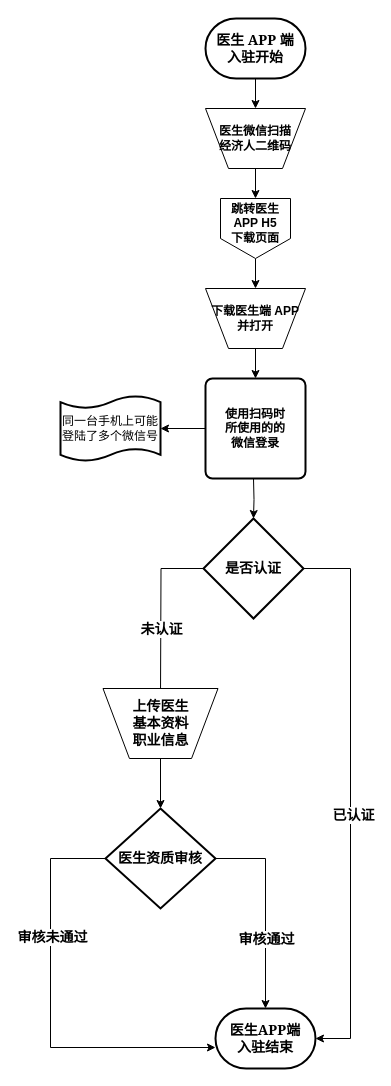
Before: jbh/医生APP端微信扫码入驻.drawio in GitHeP/diagrams, a draw.io diagram. Source tidied: cells renumbered, new cells numbered last; positions are measured from the earlier drawing's top-left corner, leaving out a move shared by most shapes. Both pictures are drawn from the tidied source at 100%, with x=0, y=0 at pixel (50, 18).
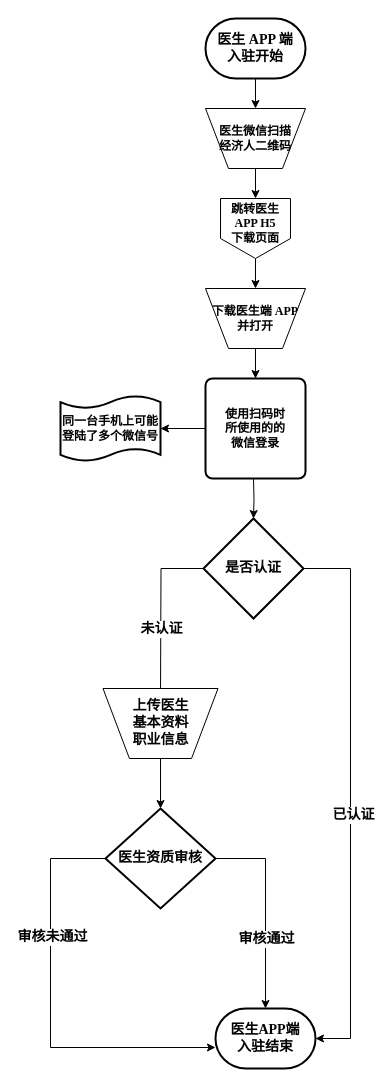
Above is the later version.

Commit message (it also covers changes not shown here):
更新医生APP端微信扫码入驻.drawio

The edit, as a diff of the source:
```diff
@@
-    <mxCell id="2" style="edgeStyle=orthogonalEdgeStyle;rounded=0;jettySize=auto;html=1;exitX=0.5;exitY=1;exitDx=0;exitDy=0;exitPerimeter=0;fontStyle=1;" parent="1" edge="1" source="3" target="5">
+    <mxCell id="2" style="edgeStyle=orthogonalEdgeStyle;rounded=0;jettySize=auto;html=1;exitX=0.5;exitY=1;exitDx=0;exitDy=0;exitPerimeter=0;fontStyle=1;fontFamily=Garamond;" parent="1" edge="1" source="3" target="5">
       <mxGeometry relative="1" as="geometry" />
     </mxCell>
-    <mxCell id="3" value="&lt;span style=&quot;font-family: Georgia; font-size: 14px;&quot;&gt;医生 APP 端&lt;/span&gt;&lt;br style=&quot;font-family: Georgia; font-size: 14px;&quot;&gt;&lt;span style=&quot;font-family: Georgia; font-size: 14px;&quot;&gt;入驻开始&lt;/span&gt;" style="strokeWidth=2;html=1;shape=mxgraph.flowchart.terminator;whiteSpace=wrap;fontStyle=1;" parent="1" vertex="1">
+    <mxCell id="3" value="&lt;span style=&quot;font-size: 14px;&quot;&gt;医生 APP 端&lt;/span&gt;&lt;br style=&quot;font-size: 14px;&quot;&gt;&lt;span style=&quot;font-size: 14px;&quot;&gt;入驻开始&lt;/span&gt;" style="strokeWidth=2;html=1;shape=mxgraph.flowchart.terminator;whiteSpace=wrap;fontStyle=1;fontFamily=Garamond;" parent="1" vertex="1">
       <mxGeometry x="155" width="100" height="60" as="geometry" />
     </mxCell>
-    <mxCell id="4" style="edgeStyle=orthogonalEdgeStyle;rounded=0;jettySize=auto;html=1;exitX=0.5;exitY=1;exitDx=0;exitDy=0;entryX=0.5;entryY=0;entryDx=0;entryDy=0;fontStyle=1;" parent="1" edge="1" source="5" target="7">
+    <mxCell id="4" style="edgeStyle=orthogonalEdgeStyle;rounded=0;jettySize=auto;html=1;exitX=0.5;exitY=1;exitDx=0;exitDy=0;entryX=0.5;entryY=0;entryDx=0;entryDy=0;fontStyle=1;fontFamily=Garamond;" parent="1" edge="1" source="5" target="7">
       <mxGeometry relative="1" as="geometry" />
     </mxCell>
-    <mxCell id="5" value="医生微信扫描&lt;br&gt;经济人二维码" style="verticalLabelPosition=middle;verticalAlign=middle;html=1;shape=trapezoid;perimeter=trapezoidPerimeter;whiteSpace=wrap;size=0.23;arcSize=10;flipV=1;labelPosition=center;align=center;fontStyle=1;" parent="1" vertex="1">
+    <mxCell id="5" value="医生微信扫描&lt;br&gt;经济人二维码" style="verticalLabelPosition=middle;verticalAlign=middle;html=1;shape=trapezoid;perimeter=trapezoidPerimeter;whiteSpace=wrap;size=0.23;arcSize=10;flipV=1;labelPosition=center;align=center;fontStyle=1;fontFamily=Garamond;" parent="1" vertex="1">
       <mxGeometry x="155" y="90" width="100" height="60" as="geometry" />
     </mxCell>
-    <mxCell id="6" style="edgeStyle=orthogonalEdgeStyle;rounded=0;jettySize=auto;html=1;entryX=0.5;entryY=0;entryDx=0;entryDy=0;fontStyle=1;" parent="1" edge="1" source="7" target="10">
+    <mxCell id="6" style="edgeStyle=orthogonalEdgeStyle;rounded=0;jettySize=auto;html=1;entryX=0.5;entryY=0;entryDx=0;entryDy=0;fontStyle=1;fontFamily=Garamond;" parent="1" edge="1" source="7" target="10">
       <mxGeometry relative="1" as="geometry" />
     </mxCell>
-    <mxCell id="7" style="verticalLabelPosition=bottom;verticalAlign=top;html=1;shape=offPageConnector;rounded=0;size=0.3333333333333333;fontStyle=1;" parent="1" vertex="1">
+    <mxCell id="7" style="verticalLabelPosition=bottom;verticalAlign=top;html=1;shape=offPageConnector;rounded=0;size=0.3333333333333333;fontStyle=1;fontFamily=Garamond;" parent="1" vertex="1">
       <mxGeometry x="170" y="180" width="70" height="60" as="geometry" />
     </mxCell>
-    <mxCell id="8" value="&lt;span style=&quot;&quot;&gt;跳转医生APP H5&lt;/span&gt;&lt;br style=&quot;&quot;&gt;&lt;span style=&quot;&quot;&gt;下载页面&lt;/span&gt;" style="text;html=1;strokeColor=none;fillColor=none;align=center;verticalAlign=middle;whiteSpace=wrap;rounded=0;fontStyle=1;" parent="1" vertex="1">
+    <mxCell id="8" value="&lt;span style=&quot;&quot;&gt;跳转医生APP H5&lt;/span&gt;&lt;br style=&quot;&quot;&gt;&lt;span style=&quot;&quot;&gt;下载页面&lt;/span&gt;" style="text;html=1;strokeColor=none;fillColor=none;align=center;verticalAlign=middle;whiteSpace=wrap;rounded=0;fontStyle=1;fontFamily=Garamond;" parent="1" vertex="1">
       <mxGeometry x="175" y="190" width="60" height="30" as="geometry" />
     </mxCell>
-    <mxCell id="9" style="edgeStyle=orthogonalEdgeStyle;rounded=0;jettySize=auto;html=1;exitX=0.5;exitY=1;exitDx=0;exitDy=0;entryX=0.5;entryY=0;entryDx=0;entryDy=0;fontStyle=1;" parent="1" edge="1" source="10" target="12">
+    <mxCell id="9" style="edgeStyle=orthogonalEdgeStyle;rounded=0;jettySize=auto;html=1;exitX=0.5;exitY=1;exitDx=0;exitDy=0;entryX=0.5;entryY=0;entryDx=0;entryDy=0;fontStyle=1;fontFamily=Garamond;" parent="1" edge="1" source="10" target="12">
       <mxGeometry relative="1" as="geometry" />
     </mxCell>
-    <mxCell id="10" value="下载医生端 APP&lt;br&gt;并打开" style="verticalLabelPosition=middle;verticalAlign=middle;html=1;shape=trapezoid;perimeter=trapezoidPerimeter;whiteSpace=wrap;size=0.23;arcSize=10;flipV=1;labelPosition=center;align=center;fontStyle=1;" parent="1" vertex="1">
+    <mxCell id="10" value="下载医生端 APP&lt;br&gt;并打开" style="verticalLabelPosition=middle;verticalAlign=middle;html=1;shape=trapezoid;perimeter=trapezoidPerimeter;whiteSpace=wrap;size=0.23;arcSize=10;flipV=1;labelPosition=center;align=center;fontStyle=1;fontFamily=Garamond;" parent="1" vertex="1">
       <mxGeometry x="155" y="270" width="100" height="60" as="geometry" />
     </mxCell>
-    <mxCell id="11" style="edgeStyle=orthogonalEdgeStyle;rounded=0;jettySize=auto;html=1;entryX=1;entryY=0.5;entryDx=0;entryDy=0;entryPerimeter=0;" parent="1" edge="1" source="12" target="27">
+    <mxCell id="11" style="edgeStyle=orthogonalEdgeStyle;rounded=0;jettySize=auto;html=1;entryX=1;entryY=0.5;entryDx=0;entryDy=0;entryPerimeter=0;fontStyle=1;fontFamily=Garamond;" parent="1" edge="1" source="12" target="27">
       <mxGeometry relative="1" as="geometry" />
     </mxCell>
-    <mxCell id="12" value="使用扫码时&lt;br&gt;所使用的的&lt;br&gt;微信登录" style="rounded=1;whiteSpace=wrap;html=1;absoluteArcSize=1;arcSize=14;strokeWidth=2;fontStyle=1;" parent="1" vertex="1">
+    <mxCell id="12" value="使用扫码时&lt;br&gt;所使用的的&lt;br&gt;微信登录" style="rounded=1;whiteSpace=wrap;html=1;absoluteArcSize=1;arcSize=14;strokeWidth=2;fontStyle=1;fontFamily=Garamond;" parent="1" vertex="1">
       <mxGeometry x="155" y="360" width="100" height="100" as="geometry" />
     </mxCell>
-    <mxCell id="13" style="edgeStyle=orthogonalEdgeStyle;rounded=0;jettySize=auto;html=1;exitX=0.5;exitY=1;exitDx=0;exitDy=0;fontFamily=Georgia;fontStyle=1;fontSize=14;" parent="1" edge="1" target="18">
+    <mxCell id="13" style="edgeStyle=orthogonalEdgeStyle;rounded=0;jettySize=auto;html=1;exitX=0.5;exitY=1;exitDx=0;exitDy=0;fontFamily=Garamond;fontStyle=1;fontSize=14;" parent="1" edge="1" target="18">
       <mxGeometry relative="1" as="geometry">
         <mxPoint x="203" y="460" as="sourcePoint" />
       </mxGeometry>
     </mxCell>
-    <mxCell id="14" style="edgeStyle=orthogonalEdgeStyle;rounded=0;jettySize=auto;html=1;exitX=1;exitY=0.5;exitDx=0;exitDy=0;exitPerimeter=0;entryX=1;entryY=0.5;entryDx=0;entryDy=0;entryPerimeter=0;fontFamily=Georgia;fontStyle=1;fontSize=14;" parent="1" edge="1" source="18" target="19">
+    <mxCell id="14" style="edgeStyle=orthogonalEdgeStyle;rounded=0;jettySize=auto;html=1;exitX=1;exitY=0.5;exitDx=0;exitDy=0;exitPerimeter=0;entryX=1;entryY=0.5;entryDx=0;entryDy=0;entryPerimeter=0;fontFamily=Garamond;fontStyle=1;fontSize=14;" parent="1" edge="1" source="18" target="19">
       <mxGeometry relative="1" as="geometry">
         <Array as="points">
           <mxPoint x="300" y="550" />
           <mxPoint x="300" y="1020" />
         </Array>
       </mxGeometry>
     </mxCell>
-    <mxCell id="15" value="已认证" style="edgeLabel;html=1;align=center;verticalAlign=middle;fontFamily=Georgia;fontStyle=1;fontSize=14;" parent="14" vertex="1">
+    <mxCell id="15" value="已认证" style="edgeLabel;html=1;align=center;verticalAlign=middle;fontFamily=Garamond;fontStyle=1;fontSize=14;" parent="14" vertex="1">
       <mxGeometry x="-0.01" y="2" relative="1" as="geometry">
         <mxPoint y="20" as="offset" />
       </mxGeometry>
     </mxCell>
-    <mxCell id="16" style="edgeStyle=orthogonalEdgeStyle;rounded=0;jettySize=auto;html=1;fontFamily=Georgia;fontStyle=1;fontSize=14;" parent="1" edge="1" source="18">
+    <mxCell id="16" style="edgeStyle=orthogonalEdgeStyle;rounded=0;jettySize=auto;html=1;fontFamily=Garamond;fontStyle=1;fontSize=14;" parent="1" edge="1" source="18">
       <mxGeometry relative="1" as="geometry">
         <mxPoint x="110" y="680" as="targetPoint" />
       </mxGeometry>
     </mxCell>
-    <mxCell id="17" value="未认证" style="edgeLabel;html=1;align=center;verticalAlign=middle;fontFamily=Georgia;fontStyle=1;fontSize=14;" parent="16" vertex="1">
+    <mxCell id="17" value="未认证" style="edgeLabel;html=1;align=center;verticalAlign=middle;fontFamily=Garamond;fontStyle=1;fontSize=14;" parent="16" vertex="1">
       <mxGeometry x="0.09" relative="1" as="geometry">
         <mxPoint y="9" as="offset" />
       </mxGeometry>
     </mxCell>
-    <mxCell id="18" value="是否认证" style="strokeWidth=2;html=1;shape=mxgraph.flowchart.decision;whiteSpace=wrap;fontFamily=Georgia;fontStyle=1;fontSize=14;" parent="1" vertex="1">
+    <mxCell id="18" value="是否认证" style="strokeWidth=2;html=1;shape=mxgraph.flowchart.decision;whiteSpace=wrap;fontFamily=Garamond;fontStyle=1;fontSize=14;" parent="1" vertex="1">
       <mxGeometry x="153" y="500" width="100" height="100" as="geometry" />
     </mxCell>
-    <mxCell id="19" value="医生APP端&lt;br style=&quot;font-size: 14px;&quot;&gt;入驻结束" style="strokeWidth=2;html=1;shape=mxgraph.flowchart.terminator;whiteSpace=wrap;fontFamily=Georgia;fontStyle=1;fontSize=14;" parent="1" vertex="1">
+    <mxCell id="19" value="医生APP端&lt;br style=&quot;font-size: 14px;&quot;&gt;入驻结束" style="strokeWidth=2;html=1;shape=mxgraph.flowchart.terminator;whiteSpace=wrap;fontFamily=Garamond;fontStyle=1;fontSize=14;" parent="1" vertex="1">
       <mxGeometry x="165" y="990" width="100" height="60" as="geometry" />
     </mxCell>
-    <mxCell id="20" style="edgeStyle=orthogonalEdgeStyle;rounded=0;jettySize=auto;html=1;exitX=1;exitY=0.5;exitDx=0;exitDy=0;exitPerimeter=0;fontFamily=Georgia;fontStyle=1;fontSize=14;" parent="1" edge="1" source="24" target="19">
+    <mxCell id="20" style="edgeStyle=orthogonalEdgeStyle;rounded=0;jettySize=auto;html=1;exitX=1;exitY=0.5;exitDx=0;exitDy=0;exitPerimeter=0;fontFamily=Garamond;fontStyle=1;fontSize=14;" parent="1" edge="1" source="24" target="19">
       <mxGeometry relative="1" as="geometry" />
     </mxCell>
-    <mxCell id="21" value="审核通过" style="edgeLabel;html=1;align=center;verticalAlign=middle;fontFamily=Georgia;fontStyle=1;fontSize=14;" parent="20" vertex="1">
+    <mxCell id="21" value="审核通过" style="edgeLabel;html=1;align=center;verticalAlign=middle;fontFamily=Garamond;fontStyle=1;fontSize=14;" parent="20" vertex="1">
       <mxGeometry x="0.01" y="1" relative="1" as="geometry">
         <mxPoint x="-1" y="29" as="offset" />
       </mxGeometry>
     </mxCell>
-    <mxCell id="22" style="edgeStyle=orthogonalEdgeStyle;rounded=0;jettySize=auto;html=1;entryX=0;entryY=0.65;entryDx=0;entryDy=0;entryPerimeter=0;fontFamily=Georgia;fontStyle=1;fontSize=14;" parent="1" edge="1" source="24" target="19">
+    <mxCell id="22" style="edgeStyle=orthogonalEdgeStyle;rounded=0;jettySize=auto;html=1;entryX=0;entryY=0.65;entryDx=0;entryDy=0;entryPerimeter=0;fontFamily=Garamond;fontStyle=1;fontSize=14;" parent="1" edge="1" source="24" target="19">
       <mxGeometry relative="1" as="geometry">
         <Array as="points">
           <mxPoint y="840" />
           <mxPoint y="1029" />
         </Array>
       </mxGeometry>
     </mxCell>
-    <mxCell id="23" value="审核未通过" style="edgeLabel;html=1;align=center;verticalAlign=middle;fontFamily=Georgia;fontStyle=1;fontSize=14;" parent="22" vertex="1">
+    <mxCell id="23" value="审核未通过" style="edgeLabel;html=1;align=center;verticalAlign=middle;fontFamily=Garamond;fontStyle=1;fontSize=14;" parent="22" vertex="1">
       <mxGeometry x="-0.42" y="1" relative="1" as="geometry">
         <mxPoint y="14" as="offset" />
       </mxGeometry>
     </mxCell>
-    <mxCell id="24" value="医生资质审核" style="strokeWidth=2;html=1;shape=mxgraph.flowchart.decision;whiteSpace=wrap;fontFamily=Georgia;fontStyle=1;fontSize=14;" parent="1" vertex="1">
+    <mxCell id="24" value="医生资质审核" style="strokeWidth=2;html=1;shape=mxgraph.flowchart.decision;whiteSpace=wrap;fontFamily=Garamond;fontStyle=1;fontSize=14;" parent="1" vertex="1">
       <mxGeometry x="55" y="790" width="110" height="100" as="geometry" />
     </mxCell>
-    <mxCell id="25" style="edgeStyle=orthogonalEdgeStyle;rounded=0;jettySize=auto;html=1;entryX=0.5;entryY=0;entryDx=0;entryDy=0;entryPerimeter=0;fontFamily=Georgia;fontStyle=1;fontSize=14;" parent="1" edge="1" source="26" target="24">
+    <mxCell id="25" style="edgeStyle=orthogonalEdgeStyle;rounded=0;jettySize=auto;html=1;entryX=0.5;entryY=0;entryDx=0;entryDy=0;entryPerimeter=0;fontFamily=Garamond;fontStyle=1;fontSize=14;" parent="1" edge="1" source="26" target="24">
       <mxGeometry relative="1" as="geometry" />
     </mxCell>
-    <mxCell id="26" value="上传医生&lt;br style=&quot;font-size: 14px;&quot;&gt;基本资料&lt;br style=&quot;font-size: 14px;&quot;&gt;职业信息" style="verticalLabelPosition=middle;verticalAlign=middle;html=1;shape=trapezoid;perimeter=trapezoidPerimeter;whiteSpace=wrap;size=0.23;arcSize=10;flipV=1;labelPosition=center;align=center;fontFamily=Georgia;fontStyle=1;fontSize=14;" parent="1" vertex="1">
+    <mxCell id="26" value="上传医生&lt;br style=&quot;font-size: 14px;&quot;&gt;基本资料&lt;br style=&quot;font-size: 14px;&quot;&gt;职业信息" style="verticalLabelPosition=middle;verticalAlign=middle;html=1;shape=trapezoid;perimeter=trapezoidPerimeter;whiteSpace=wrap;size=0.23;arcSize=10;flipV=1;labelPosition=center;align=center;fontFamily=Garamond;fontStyle=1;fontSize=14;" parent="1" vertex="1">
       <mxGeometry x="52.5" y="670" width="115" height="70" as="geometry" />
     </mxCell>
-    <mxCell id="27" value="同一台手机上可能登陆了多个微信号" style="shape=tape;whiteSpace=wrap;html=1;strokeWidth=2;size=0.19;" parent="1" vertex="1">
+    <mxCell id="27" value="同一台手机上可能登陆了多个微信号" style="shape=tape;whiteSpace=wrap;html=1;strokeWidth=2;size=0.19;fontStyle=1;fontFamily=Garamond;" parent="1" vertex="1">
       <mxGeometry x="10" y="377.5" width="100" height="65" as="geometry" />
     </mxCell>
```
